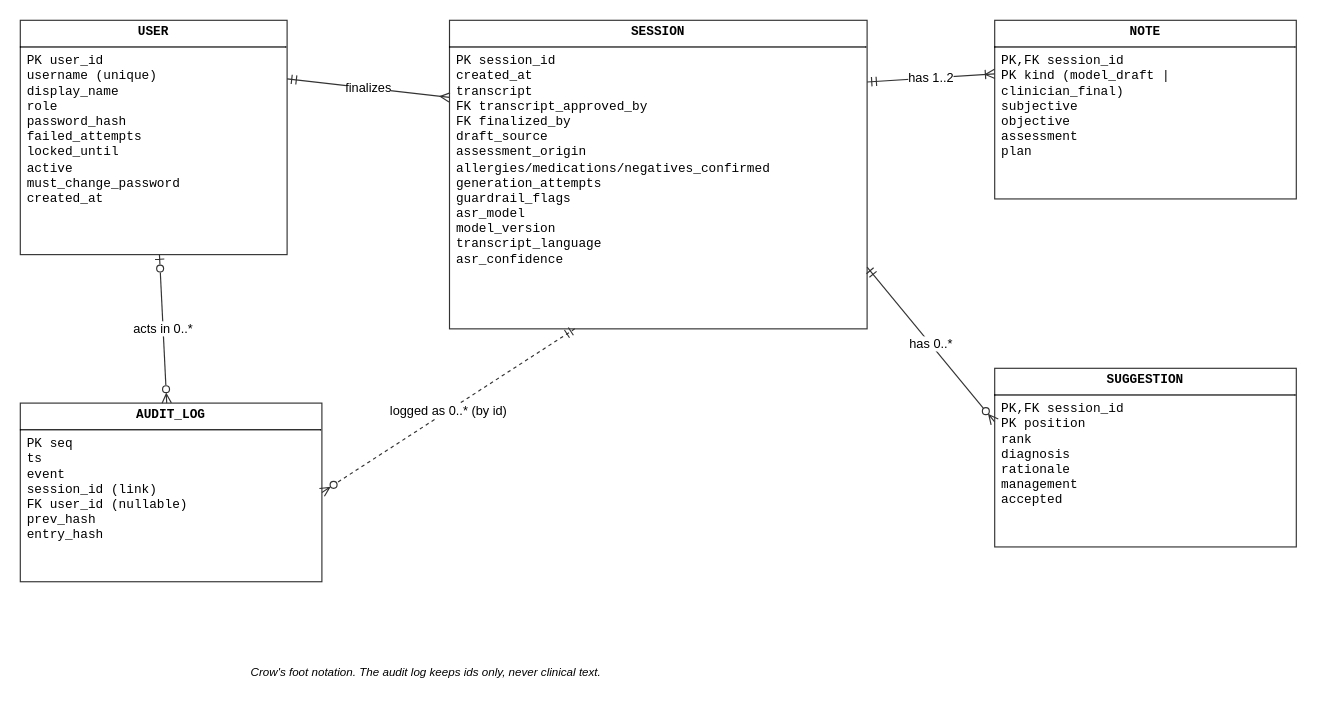
The draw.io diagram docs/design/fig-4-6-erd.drawio in kinuthia-mark/Offline-Desktop-Based-Medical-Professional-Clinical-Consultation-Assistant-, before the edit. Source tidied: cells renumbered, new cells numbered last; positions are measured from the earlier drawing's top-left corner, leaving out a move shared by most shapes. Both pictures are drawn from the tidied source at 116%, with x=0, y=0 at pixel (20, 20).
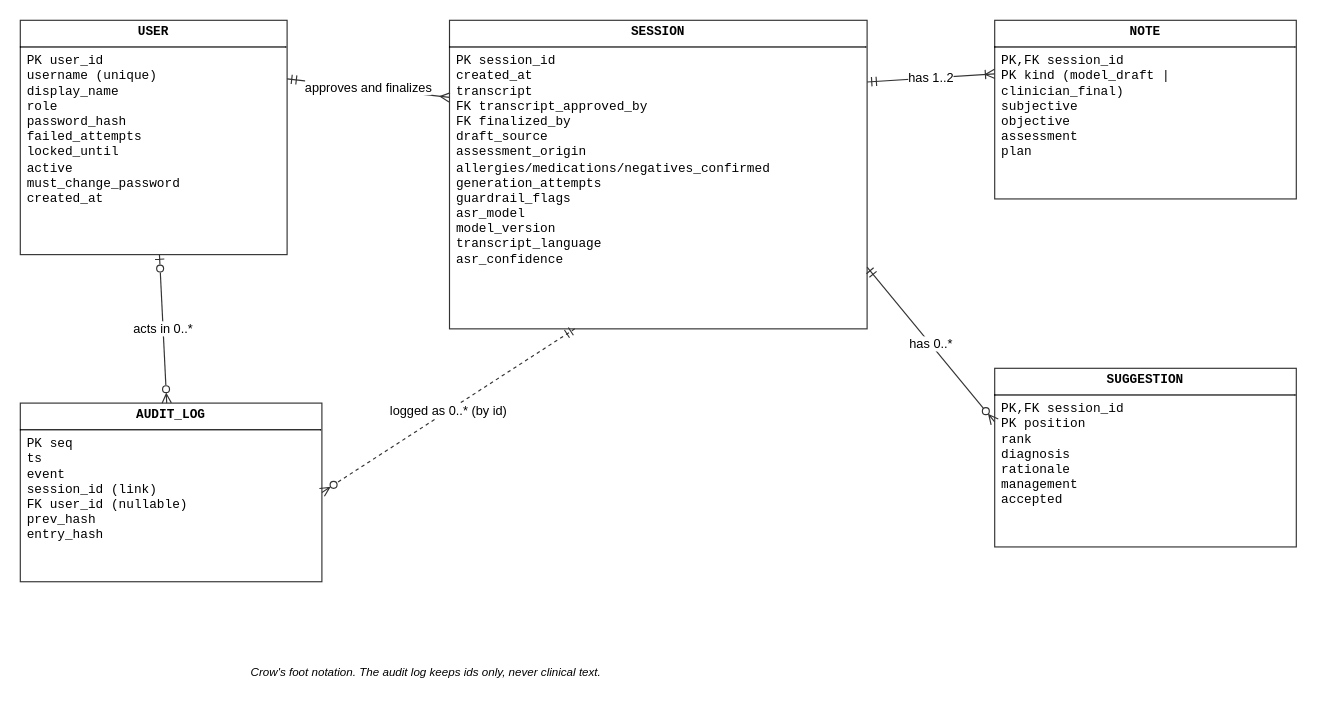
After the change.

Commit message (it also covers changes not shown here):
docs(design): figure 4.7 as aligned tables with foreign keys; ERD label

The edit, as a diff of the source:
```diff
@@
 <mxGraphModel background="#ffffff">
   <root>
     <mxCell id="0" />
     <mxCell id="1" parent="0" />
     <mxCell id="2" value="&lt;p style=&quot;margin:4px 0;text-align:center;&quot;&gt;&lt;b&gt;USER&lt;/b&gt;&lt;/p&gt;&lt;hr size=&quot;1&quot; style=&quot;border-style:solid;&quot;&gt;&lt;p style=&quot;margin:0 6px 4px;text-align:left;&quot;&gt;PK user_id&lt;br&gt;username (unique)&lt;br&gt;display_name&lt;br&gt;role&lt;br&gt;password_hash&lt;br&gt;failed_attempts&lt;br&gt;locked_until&lt;br&gt;active&lt;br&gt;must_change_password&lt;br&gt;created_at&lt;/p&gt;" style="verticalAlign=top;align=left;overflow=fill;html=1;whiteSpace=wrap;fillColor=#ffffff;strokeColor=#333333;fontFamily=Courier New;fontSize=11;" parent="1" vertex="1">
       <mxGeometry width="230" height="202" as="geometry" />
     </mxCell>
     <mxCell id="3" value="&lt;p style=&quot;margin:4px 0;text-align:center;&quot;&gt;&lt;b&gt;SESSION&lt;/b&gt;&lt;/p&gt;&lt;hr size=&quot;1&quot; style=&quot;border-style:solid;&quot;&gt;&lt;p style=&quot;margin:0 6px 4px;text-align:left;&quot;&gt;PK session_id&lt;br&gt;created_at&lt;br&gt;transcript&lt;br&gt;FK transcript_approved_by&lt;br&gt;FK finalized_by&lt;br&gt;draft_source&lt;br&gt;assessment_origin&lt;br&gt;allergies/medications/negatives_confirmed&lt;br&gt;generation_attempts&lt;br&gt;guardrail_flags&lt;br&gt;asr_model&lt;br&gt;model_version&lt;br&gt;transcript_language&lt;br&gt;asr_confidence&lt;/p&gt;" style="verticalAlign=top;align=left;overflow=fill;html=1;whiteSpace=wrap;fillColor=#ffffff;strokeColor=#333333;fontFamily=Courier New;fontSize=11;" parent="1" vertex="1">
       <mxGeometry x="370" width="360" height="266" as="geometry" />
     </mxCell>
     <mxCell id="4" value="&lt;p style=&quot;margin:4px 0;text-align:center;&quot;&gt;&lt;b&gt;NOTE&lt;/b&gt;&lt;/p&gt;&lt;hr size=&quot;1&quot; style=&quot;border-style:solid;&quot;&gt;&lt;p style=&quot;margin:0 6px 4px;text-align:left;&quot;&gt;PK,FK session_id&lt;br&gt;PK kind (model_draft |&lt;br&gt;   clinician_final)&lt;br&gt;subjective&lt;br&gt;objective&lt;br&gt;assessment&lt;br&gt;plan&lt;/p&gt;" style="verticalAlign=top;align=left;overflow=fill;html=1;whiteSpace=wrap;fillColor=#ffffff;strokeColor=#333333;fontFamily=Courier New;fontSize=11;" parent="1" vertex="1">
       <mxGeometry x="840" width="260" height="154" as="geometry" />
     </mxCell>
     <mxCell id="5" value="&lt;p style=&quot;margin:4px 0;text-align:center;&quot;&gt;&lt;b&gt;SUGGESTION&lt;/b&gt;&lt;/p&gt;&lt;hr size=&quot;1&quot; style=&quot;border-style:solid;&quot;&gt;&lt;p style=&quot;margin:0 6px 4px;text-align:left;&quot;&gt;PK,FK session_id&lt;br&gt;PK position&lt;br&gt;rank&lt;br&gt;diagnosis&lt;br&gt;rationale&lt;br&gt;management&lt;br&gt;accepted&lt;/p&gt;" style="verticalAlign=top;align=left;overflow=fill;html=1;whiteSpace=wrap;fillColor=#ffffff;strokeColor=#333333;fontFamily=Courier New;fontSize=11;" parent="1" vertex="1">
       <mxGeometry x="840" y="300" width="260" height="154" as="geometry" />
     </mxCell>
     <mxCell id="6" value="&lt;p style=&quot;margin:4px 0;text-align:center;&quot;&gt;&lt;b&gt;AUDIT_LOG&lt;/b&gt;&lt;/p&gt;&lt;hr size=&quot;1&quot; style=&quot;border-style:solid;&quot;&gt;&lt;p style=&quot;margin:0 6px 4px;text-align:left;&quot;&gt;PK seq&lt;br&gt;ts&lt;br&gt;event&lt;br&gt;session_id (link)&lt;br&gt;FK user_id (nullable)&lt;br&gt;prev_hash&lt;br&gt;entry_hash&lt;/p&gt;" style="verticalAlign=top;align=left;overflow=fill;html=1;whiteSpace=wrap;fillColor=#ffffff;strokeColor=#333333;fontFamily=Courier New;fontSize=11;" parent="1" vertex="1">
       <mxGeometry y="330" width="260" height="154" as="geometry" />
     </mxCell>
-    <mxCell id="7" value="finalizes" style="html=1;strokeColor=#333333;fontFamily=Helvetica;fontSize=11;endArrow=ERmany;endFill=0;startArrow=ERmandOne;startFill=0;labelBackgroundColor=#ffffff;exitX=1;exitY=0.25;exitDx=0;exitDy=0;entryX=0;entryY=0.25;entryDx=0;entryDy=0;" parent="1" edge="1" source="2" target="3">
+    <mxCell id="7" value="approves and finalizes" style="html=1;strokeColor=#333333;fontFamily=Helvetica;fontSize=11;endArrow=ERmany;endFill=0;startArrow=ERmandOne;startFill=0;labelBackgroundColor=#ffffff;exitX=1;exitY=0.25;exitDx=0;exitDy=0;entryX=0;entryY=0.25;entryDx=0;entryDy=0;" parent="1" edge="1" source="2" target="3">
       <mxGeometry relative="1" as="geometry" />
     </mxCell>
     <mxCell id="8" value="has 1..2" style="html=1;strokeColor=#333333;fontFamily=Helvetica;fontSize=11;endArrow=ERoneToMany;endFill=0;startArrow=ERmandOne;startFill=0;labelBackgroundColor=#ffffff;exitX=1;exitY=0.2;exitDx=0;exitDy=0;entryX=0;entryY=0.3;entryDx=0;entryDy=0;" parent="1" edge="1" source="3" target="4">
       <mxGeometry relative="1" as="geometry" />
     </mxCell>
     <mxCell id="9" value="has 0..*" style="html=1;strokeColor=#333333;fontFamily=Helvetica;fontSize=11;endArrow=ERzeroToMany;endFill=0;startArrow=ERmandOne;startFill=0;labelBackgroundColor=#ffffff;exitX=1;exitY=0.8;exitDx=0;exitDy=0;entryX=0;entryY=0.3;entryDx=0;entryDy=0;" parent="1" edge="1" source="3" target="5">
       <mxGeometry relative="1" as="geometry" />
     </mxCell>
     <mxCell id="10" value="acts in 0..*" style="html=1;strokeColor=#333333;fontFamily=Helvetica;fontSize=11;endArrow=ERzeroToMany;endFill=0;startArrow=ERzeroToOne;startFill=0;labelBackgroundColor=#ffffff;" parent="1" edge="1" source="2" target="6">
       <mxGeometry relative="1" as="geometry" />
     </mxCell>
     <mxCell id="11" value="logged as 0..* (by id)" style="html=1;strokeColor=#333333;fontFamily=Helvetica;fontSize=11;endArrow=ERzeroToMany;endFill=0;startArrow=ERmandOne;startFill=0;dashed=1;labelBackgroundColor=#ffffff;exitX=0.3;exitY=1;exitDx=0;exitDy=0;entryX=1;entryY=0.5;entryDx=0;entryDy=0;" parent="1" edge="1" source="3" target="6">
       <mxGeometry relative="1" as="geometry" />
     </mxCell>
     <mxCell id="12" value="Crow's foot notation. The audit log keeps ids only, never clinical text." style="text;html=1;whiteSpace=wrap;fontFamily=Helvetica;fontSize=10;align=center;verticalAlign=middle;fontColor=#000000;fontStyle=2;" parent="1" vertex="1">
       <mxGeometry y="550" width="700" height="24" as="geometry" />
     </mxCell>
   </root>
 </mxGraphModel>
```
